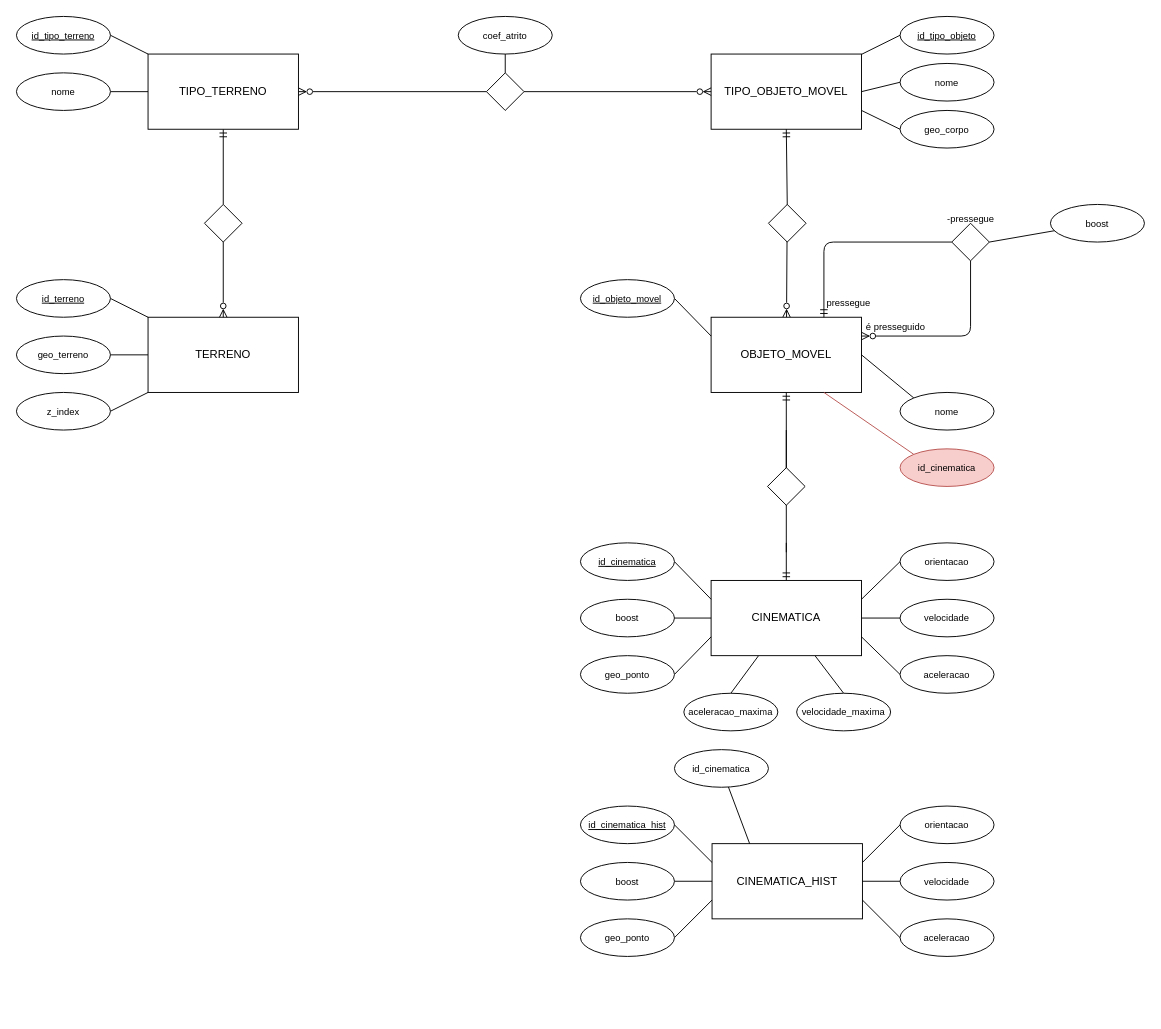
Earlier version of the draw.io diagram trabalhoPratico/doc/modelo.drawio (AnaSofOliveira/SIGM2425). Source tidied: cells renumbered, new cells numbered last; positions are measured from the earlier drawing's top-left corner, leaving out a move shared by most shapes. Both pictures are drawn from the tidied source at 94%, with x=0, y=0 at pixel (16, 16).
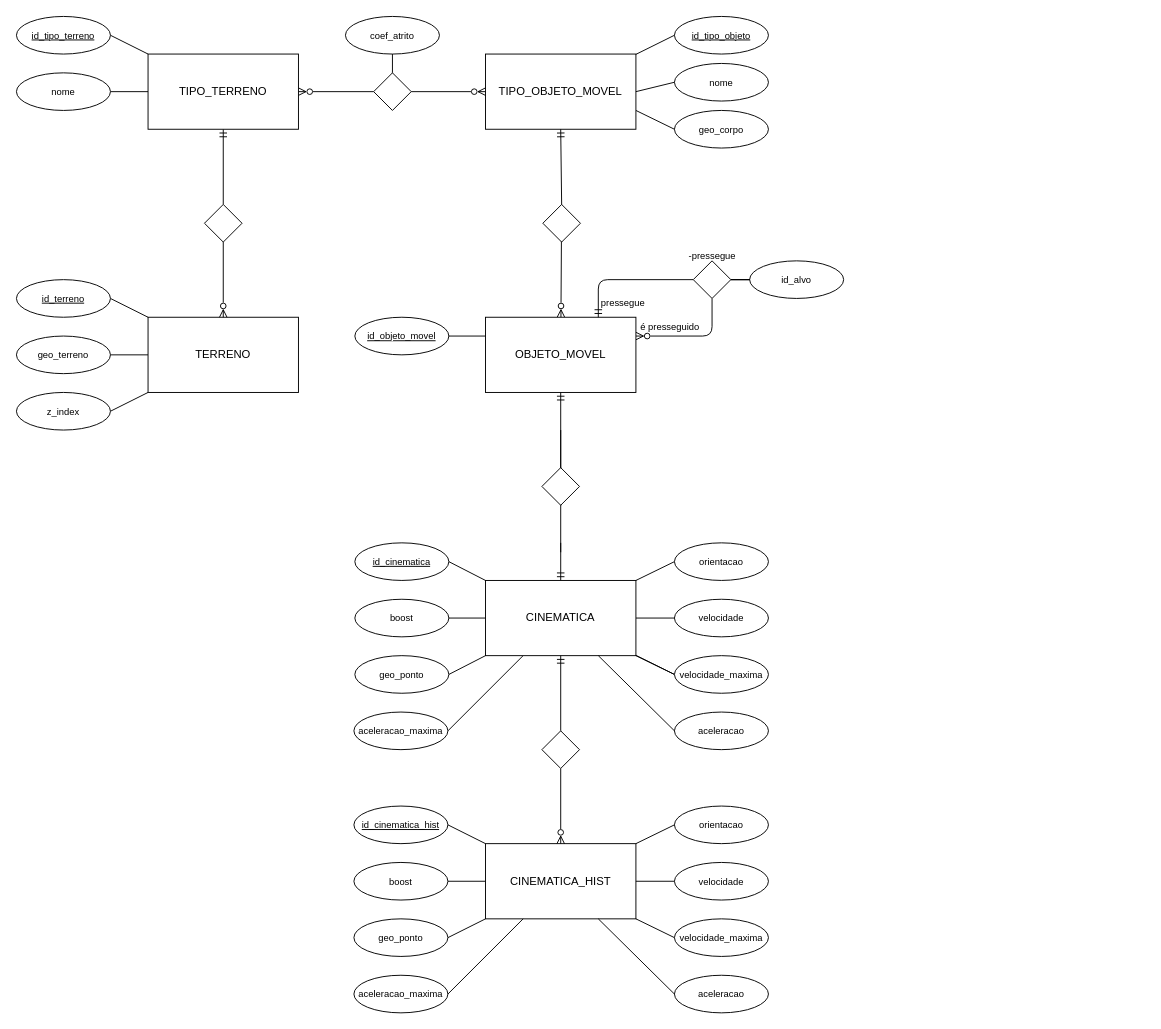
Above is the later version.

Diff of the diagram source:
```diff
@@
     <mxCell id="20" value="OBJETO_MOVEL" style="rounded=0;whiteSpace=wrap;html=1;" parent="1" vertex="1">
-      <mxGeometry x="739" y="320" width="160" height="80" as="geometry" />
+      <mxGeometry x="499" y="320" width="160" height="80" as="geometry" />
     </mxCell>
     <mxCell id="21" style="edgeStyle=none;html=1;entryX=0.5;entryY=0;entryDx=0;entryDy=0;startArrow=ERmandOne;startFill=0;endArrow=none;endFill=0;" parent="1" edge="1" source="25">
       <mxGeometry relative="1" as="geometry">
-        <mxPoint x="819" y="440" as="targetPoint" />
+        <mxPoint x="579" y="440" as="targetPoint" />
       </mxGeometry>
     </mxCell>
@@
-    <mxCell id="23" style="edgeStyle=none;html=1;entryX=0.5;entryY=0;entryDx=0;entryDy=0;endArrow=none;endFill=0;" parent="1" edge="1" source="25" target="82">
+    <mxCell id="23" style="edgeStyle=none;html=1;entryX=0;entryY=0.5;entryDx=0;entryDy=0;endArrow=none;endFill=0;" parent="1" edge="1" source="25" target="82">
       <mxGeometry relative="1" as="geometry" />
     </mxCell>
-    <mxCell id="24" style="edgeStyle=none;html=1;entryX=0.5;entryY=0;entryDx=0;entryDy=0;endArrow=none;endFill=0;" parent="1" edge="1" source="25" target="83">
+    <mxCell id="24" style="edgeStyle=none;html=1;entryX=1;entryY=0.5;entryDx=0;entryDy=0;endArrow=none;endFill=0;" parent="1" edge="1" source="25" target="83">
       <mxGeometry relative="1" as="geometry" />
     </mxCell>
     <mxCell id="25" value="CINEMATICA" style="rounded=0;whiteSpace=wrap;html=1;" parent="1" vertex="1">
-      <mxGeometry x="739" y="600" width="160" height="80" as="geometry" />
+      <mxGeometry x="499" y="600" width="160" height="80" as="geometry" />
     </mxCell>
@@
     <mxCell id="27" value="CINEMATICA_HIST" style="rounded=0;whiteSpace=wrap;html=1;" parent="1" vertex="1">
-      <mxGeometry x="740" y="880" width="160" height="80" as="geometry" />
+      <mxGeometry x="499" y="880" width="160" height="80" as="geometry" />
     </mxCell>
-    <mxCell id="28" style="edgeStyle=none;html=1;entryX=0;entryY=0.25;entryDx=0;entryDy=0;startArrow=none;startFill=0;endArrow=none;endFill=0;exitX=1;exitY=0.5;exitDx=0;exitDy=0;" parent="1" edge="1" source="29" target="25">
+    <mxCell id="28" style="edgeStyle=none;html=1;entryX=0;entryY=0;entryDx=0;entryDy=0;startArrow=none;startFill=0;endArrow=none;endFill=0;exitX=1;exitY=0.5;exitDx=0;exitDy=0;" parent="1" edge="1" source="29" target="25">
       <mxGeometry relative="1" as="geometry" />
     </mxCell>
     <mxCell id="29" value="&lt;u style=&quot;font-size: 10px;&quot;&gt;id_cinematica&lt;/u&gt;" style="ellipse;whiteSpace=wrap;html=1;fontSize=10;" parent="1" vertex="1">
-      <mxGeometry x="600" y="560" width="100" height="40" as="geometry" />
+      <mxGeometry x="360" y="560" width="100" height="40" as="geometry" />
     </mxCell>
-    <mxCell id="30" style="edgeStyle=none;html=1;startArrow=none;startFill=0;endArrow=none;endFill=0;entryX=1;entryY=0.25;entryDx=0;entryDy=0;exitX=0;exitY=0.5;exitDx=0;exitDy=0;" parent="1" edge="1" source="31" target="25">
+    <mxCell id="30" style="edgeStyle=none;html=1;startArrow=none;startFill=0;endArrow=none;endFill=0;entryX=1;entryY=0;entryDx=0;entryDy=0;exitX=0;exitY=0.5;exitDx=0;exitDy=0;" parent="1" edge="1" source="31" target="25">
       <mxGeometry relative="1" as="geometry" />
     </mxCell>
     <mxCell id="31" value="orientacao" style="ellipse;whiteSpace=wrap;html=1;fontSize=10;" parent="1" vertex="1">
-      <mxGeometry x="940" y="560" width="100" height="40" as="geometry" />
+      <mxGeometry x="700" y="560" width="100" height="40" as="geometry" />
     </mxCell>
     <mxCell id="32" value="velocidade" style="ellipse;whiteSpace=wrap;html=1;fontSize=10;" parent="1" vertex="1">
-      <mxGeometry x="940" y="620" width="100" height="40" as="geometry" />
+      <mxGeometry x="700" y="620" width="100" height="40" as="geometry" />
     </mxCell>
-    <mxCell id="33" style="edgeStyle=none;html=1;entryX=1;entryY=0.75;entryDx=0;entryDy=0;startArrow=none;startFill=0;endArrow=none;endFill=0;exitX=0;exitY=0.5;exitDx=0;exitDy=0;" parent="1" edge="1" source="34" target="25">
+    <mxCell id="33" style="edgeStyle=none;html=1;entryX=1;entryY=1;entryDx=0;entryDy=0;startArrow=none;startFill=0;endArrow=none;endFill=0;exitX=0;exitY=0.5;exitDx=0;exitDy=0;" parent="1" edge="1" source="82" target="25">
       <mxGeometry relative="1" as="geometry" />
     </mxCell>
     <mxCell id="34" value="aceleracao" style="ellipse;whiteSpace=wrap;html=1;fontSize=10;" parent="1" vertex="1">
-      <mxGeometry x="940" y="680" width="100" height="40" as="geometry" />
+      <mxGeometry x="700" y="740" width="100" height="40" as="geometry" />
     </mxCell>
-    <mxCell id="35" style="edgeStyle=none;html=1;startArrow=none;startFill=0;endArrow=none;endFill=0;entryX=0;entryY=0.75;entryDx=0;entryDy=0;exitX=1;exitY=0.5;exitDx=0;exitDy=0;" parent="1" edge="1" source="36" target="25">
+    <mxCell id="35" style="edgeStyle=none;html=1;startArrow=none;startFill=0;endArrow=none;endFill=0;entryX=0;entryY=1;entryDx=0;entryDy=0;exitX=1;exitY=0.5;exitDx=0;exitDy=0;" parent="1" edge="1" source="36" target="25">
       <mxGeometry relative="1" as="geometry" />
     </mxCell>
     <mxCell id="36" value="geo_ponto" style="ellipse;whiteSpace=wrap;html=1;fontSize=10;" parent="1" vertex="1">
-      <mxGeometry x="600" y="680" width="100" height="40" as="geometry" />
+      <mxGeometry x="360" y="680" width="100" height="40" as="geometry" />
     </mxCell>
@@
     <mxCell id="38" value="&lt;u style=&quot;font-size: 10px;&quot;&gt;id_objeto_movel&lt;/u&gt;" style="ellipse;whiteSpace=wrap;html=1;fontSize=10;" parent="1" vertex="1">
-      <mxGeometry x="600" y="280" width="100" height="40" as="geometry" />
+      <mxGeometry x="360" y="320" width="100" height="40" as="geometry" />
     </mxCell>
-    <mxCell id="39" style="edgeStyle=none;html=1;entryX=1;entryY=0.5;entryDx=0;entryDy=0;startArrow=none;startFill=0;endArrow=none;endFill=0;exitX=0;exitY=0;exitDx=0;exitDy=0;" parent="1" edge="1" source="40" target="20">
-      <mxGeometry relative="1" as="geometry" />
-    </mxCell>
-    <mxCell id="40" value="nome" style="ellipse;whiteSpace=wrap;html=1;fontSize=10;" parent="1" vertex="1">
-      <mxGeometry x="940" y="400" width="100" height="40" as="geometry" />
-    </mxCell>
-    <mxCell id="41" style="edgeStyle=none;html=1;entryX=0.75;entryY=1;entryDx=0;entryDy=0;startArrow=none;startFill=0;endArrow=none;endFill=0;exitX=0;exitY=0;exitDx=0;exitDy=0;fillColor=#f8cecc;strokeColor=#b85450;" parent="1" edge="1" source="42" target="20">
-      <mxGeometry relative="1" as="geometry" />
-    </mxCell>
-    <mxCell id="42" value="id_cinematica" style="ellipse;whiteSpace=wrap;html=1;fontSize=10;fillColor=#f8cecc;strokeColor=#b85450;" parent="1" vertex="1">
-      <mxGeometry x="940" y="460" width="100" height="40" as="geometry" />
-    </mxCell>
@@
     <mxCell id="44" value="geo_corpo" style="ellipse;whiteSpace=wrap;html=1;fontSize=10;" parent="1" vertex="1">
-      <mxGeometry x="940" y="100" width="100" height="40" as="geometry" />
+      <mxGeometry x="700" y="100" width="100" height="40" as="geometry" />
     </mxCell>
     <mxCell id="45" value="TIPO_OBJETO_MOVEL" style="rounded=0;whiteSpace=wrap;html=1;" parent="1" vertex="1">
-      <mxGeometry x="739" y="40" width="160" height="80" as="geometry" />
+      <mxGeometry x="499" y="40" width="160" height="80" as="geometry" />
     </mxCell>
@@
     <mxCell id="47" style="rhombus;whiteSpace=wrap;html=1;" parent="1" vertex="1">
-      <mxGeometry x="800" y="200" width="40" height="40" as="geometry" />
+      <mxGeometry x="560" y="200" width="40" height="40" as="geometry" />
     </mxCell>
@@
     <mxCell id="49" value="&lt;u&gt;id_tipo_objeto&lt;/u&gt;" style="ellipse;whiteSpace=wrap;html=1;fontSize=10;" parent="1" vertex="1">
-      <mxGeometry x="940" width="100" height="40" as="geometry" />
+      <mxGeometry x="700" width="100" height="40" as="geometry" />
     </mxCell>
@@
     <mxCell id="51" value="nome" style="ellipse;whiteSpace=wrap;html=1;fontSize=10;" parent="1" vertex="1">
-      <mxGeometry x="940" y="50" width="100" height="40" as="geometry" />
+      <mxGeometry x="700" y="50" width="100" height="40" as="geometry" />
     </mxCell>
     <mxCell id="52" style="edgeStyle=none;html=1;entryX=0.5;entryY=1;entryDx=0;entryDy=0;startArrow=none;startFill=0;endArrow=none;endFill=0;exitX=0.5;exitY=1;exitDx=0;exitDy=0;" parent="1" edge="1">
       <mxGeometry relative="1" as="geometry">
-        <mxPoint x="819" y="570" as="sourcePoint" />
-        <mxPoint x="819" y="560" as="targetPoint" />
+        <mxPoint x="579" y="570" as="sourcePoint" />
+        <mxPoint x="579" y="560" as="targetPoint" />
       </mxGeometry>
     </mxCell>
     <mxCell id="53" style="rhombus;whiteSpace=wrap;html=1;" parent="1" vertex="1">
-      <mxGeometry x="799" y="480" width="40" height="40" as="geometry" />
+      <mxGeometry x="559" y="480" width="40" height="40" as="geometry" />
     </mxCell>
-    <mxCell id="54" style="edgeStyle=none;html=1;entryX=0;entryY=0.75;entryDx=0;entryDy=0;fontSize=10;startArrow=none;startFill=0;endArrow=none;endFill=0;exitX=1;exitY=0.5;exitDx=0;exitDy=0;" parent="1" edge="1" source="55" target="27">
+    <mxCell id="54" style="edgeStyle=none;html=1;entryX=0;entryY=1;entryDx=0;entryDy=0;fontSize=10;startArrow=none;startFill=0;endArrow=none;endFill=0;exitX=1;exitY=0.5;exitDx=0;exitDy=0;" parent="1" edge="1" source="55" target="27">
       <mxGeometry relative="1" as="geometry" />
     </mxCell>
     <mxCell id="55" value="geo_ponto" style="ellipse;whiteSpace=wrap;html=1;fontSize=10;" parent="1" vertex="1">
-      <mxGeometry x="600" y="960" width="100" height="40" as="geometry" />
+      <mxGeometry x="359" y="960" width="100" height="40" as="geometry" />
     </mxCell>
-    <mxCell id="56" style="edgeStyle=none;html=1;entryX=1;entryY=0.75;entryDx=0;entryDy=0;fontSize=10;startArrow=none;startFill=0;endArrow=none;endFill=0;exitX=0;exitY=0.5;exitDx=0;exitDy=0;" parent="1" edge="1" source="57" target="27">
+    <mxCell id="56" style="edgeStyle=none;html=1;entryX=1;entryY=1;entryDx=0;entryDy=0;fontSize=10;startArrow=none;startFill=0;endArrow=none;endFill=0;exitX=0;exitY=0.5;exitDx=0;exitDy=0;" parent="1" edge="1" source="57" target="27">
       <mxGeometry relative="1" as="geometry" />
     </mxCell>
-    <mxCell id="57" value="aceleracao" style="ellipse;whiteSpace=wrap;html=1;fontSize=10;" parent="1" vertex="1">
-      <mxGeometry x="940" y="960" width="100" height="40" as="geometry" />
+    <mxCell id="57" value="velocidade_maxima" style="ellipse;whiteSpace=wrap;html=1;fontSize=10;" parent="1" vertex="1">
+      <mxGeometry x="700" y="960" width="100" height="40" as="geometry" />
     </mxCell>
-    <mxCell id="58" style="edgeStyle=none;html=1;fontSize=10;startArrow=none;startFill=0;endArrow=none;endFill=0;" parent="1" edge="1" source="59" target="27">
+    <mxCell id="58" style="edgeStyle=none;html=1;fontSize=10;startArrow=none;startFill=0;endArrow=none;endFill=0;exitX=0;exitY=0.5;exitDx=0;exitDy=0;entryX=1;entryY=0.5;entryDx=0;entryDy=0;" parent="1" edge="1" source="59" target="27">
       <mxGeometry relative="1" as="geometry" />
     </mxCell>
     <mxCell id="59" value="velocidade" style="ellipse;whiteSpace=wrap;html=1;fontSize=10;" parent="1" vertex="1">
-      <mxGeometry x="940" y="900" width="100" height="40" as="geometry" />
+      <mxGeometry x="700" y="900" width="100" height="40" as="geometry" />
     </mxCell>
-    <mxCell id="60" style="edgeStyle=none;html=1;entryX=1;entryY=0.25;entryDx=0;entryDy=0;fontSize=10;startArrow=none;startFill=0;endArrow=none;endFill=0;exitX=0;exitY=0.5;exitDx=0;exitDy=0;" parent="1" edge="1" source="61" target="27">
+    <mxCell id="60" style="edgeStyle=none;html=1;entryX=1;entryY=0;entryDx=0;entryDy=0;fontSize=10;startArrow=none;startFill=0;endArrow=none;endFill=0;exitX=0;exitY=0.5;exitDx=0;exitDy=0;" parent="1" edge="1" source="61" target="27">
       <mxGeometry relative="1" as="geometry" />
     </mxCell>
     <mxCell id="61" value="orientacao" style="ellipse;whiteSpace=wrap;html=1;fontSize=10;" parent="1" vertex="1">
-      <mxGeometry x="940" y="840" width="100" height="40" as="geometry" />
+      <mxGeometry x="700" y="840" width="100" height="40" as="geometry" />
     </mxCell>
-    <mxCell id="62" style="edgeStyle=none;html=1;entryX=0;entryY=0.25;entryDx=0;entryDy=0;fontSize=10;startArrow=none;startFill=0;endArrow=none;endFill=0;exitX=1;exitY=0.5;exitDx=0;exitDy=0;" parent="1" edge="1" source="63" target="27">
+    <mxCell id="62" style="edgeStyle=none;html=1;entryX=0;entryY=0;entryDx=0;entryDy=0;fontSize=10;startArrow=none;startFill=0;endArrow=none;endFill=0;exitX=1;exitY=0.5;exitDx=0;exitDy=0;" parent="1" edge="1" source="63" target="27">
       <mxGeometry relative="1" as="geometry" />
     </mxCell>
     <mxCell id="63" value="&lt;u style=&quot;font-size: 10px;&quot;&gt;id_cinematica_hist&lt;/u&gt;" style="ellipse;whiteSpace=wrap;html=1;fontSize=10;" parent="1" vertex="1">
-      <mxGeometry x="600" y="840" width="100" height="40" as="geometry" />
+      <mxGeometry x="359" y="840" width="100" height="40" as="geometry" />
     </mxCell>
@@
     <mxCell id="65" value="pressegue" style="text;html=1;align=center;verticalAlign=middle;strokeColor=none;fillColor=none;fontSize=10;" parent="1" vertex="1">
-      <mxGeometry x="850" y="290" width="70" height="30" as="geometry" />
+      <mxGeometry x="610" y="290" width="70" height="30" as="geometry" />
     </mxCell>
     <mxCell id="66" value="é presseguido" style="text;html=1;align=center;verticalAlign=middle;strokeColor=none;fillColor=none;fontSize=10;" parent="1" vertex="1">
-      <mxGeometry x="890" y="315" width="90" height="30" as="geometry" />
+      <mxGeometry x="650" y="315" width="90" height="30" as="geometry" />
     </mxCell>
@@
     <mxCell id="68" value="boost" style="ellipse;whiteSpace=wrap;html=1;fontSize=10;" parent="1" vertex="1">
-      <mxGeometry x="600" y="620" width="100" height="40" as="geometry" />
+      <mxGeometry x="360" y="620" width="100" height="40" as="geometry" />
     </mxCell>
@@
     <mxCell id="70" style="rhombus;whiteSpace=wrap;html=1;" parent="1" vertex="1">
-      <mxGeometry x="500" y="60" width="40" height="40" as="geometry" />
+      <mxGeometry x="380" y="60" width="40" height="40" as="geometry" />
     </mxCell>
     <mxCell id="71" style="group;" parent="1" vertex="1">
-      <mxGeometry x="980" y="200" width="70" height="60" as="geometry" />
+      <mxGeometry x="710" y="240" width="70" height="60" as="geometry" />
     </mxCell>
     <mxCell id="72" style="rhombus;whiteSpace=wrap;html=1;" parent="71" vertex="1">
-      <mxGeometry x="15" y="20" width="40" height="40" as="geometry" />
+      <mxGeometry x="10" y="20" width="40" height="40" as="geometry" />
     </mxCell>
     <mxCell id="73" value="-pressegue" style="text;html=1;align=center;verticalAlign=middle;strokeColor=none;fillColor=none;fontSize=10;" parent="71" vertex="1">
-      <mxGeometry width="70" height="30" as="geometry" />
+      <mxGeometry x="-5" width="70" height="30" as="geometry" />
     </mxCell>
@@
     <mxCell id="75" value="coef_atrito" style="ellipse;whiteSpace=wrap;html=1;fontSize=10;" parent="1" vertex="1">
-      <mxGeometry x="470" width="100" height="40" as="geometry" />
+      <mxGeometry x="350" width="100" height="40" as="geometry" />
     </mxCell>
-    <mxCell id="76" style="edgeStyle=orthogonalEdgeStyle;rounded=0;jettySize=auto;html=1;entryX=0;entryY=0.5;entryDx=0;entryDy=0;endArrow=none;endFill=0;" parent="1" edge="1" source="77" target="27">
+    <mxCell id="76" style="rounded=0;jettySize=auto;html=1;entryX=0;entryY=0.5;entryDx=0;entryDy=0;endArrow=none;endFill=0;exitX=1;exitY=0.5;exitDx=0;exitDy=0;" parent="1" edge="1" source="77" target="27">
       <mxGeometry relative="1" as="geometry" />
     </mxCell>
     <mxCell id="77" value="boost" style="ellipse;whiteSpace=wrap;html=1;fontSize=10;" parent="1" vertex="1">
-      <mxGeometry x="600" y="900" width="100" height="40" as="geometry" />
+      <mxGeometry x="359" y="900" width="100" height="40" as="geometry" />
     </mxCell>
-    <mxCell id="78" value="&lt;span style=&quot;font-size: 10px;&quot;&gt;id_cinematica&lt;/span&gt;" style="ellipse;whiteSpace=wrap;html=1;fontSize=10;" parent="1" vertex="1">
-      <mxGeometry x="700" y="780" width="100" height="40" as="geometry" />
-    </mxCell>
-    <mxCell id="79" style="rounded=0;jettySize=auto;html=1;entryX=0.25;entryY=0;entryDx=0;entryDy=0;endArrow=none;endFill=0;" parent="1" edge="1" source="78" target="27">
-      <mxGeometry relative="1" as="geometry" />
-    </mxCell>
-    <mxCell id="80" value="boost" style="ellipse;whiteSpace=wrap;html=1;fontSize=10;" parent="1" vertex="1">
-      <mxGeometry x="1100" y="200" width="100" height="40" as="geometry" />
-    </mxCell>
-    <mxCell id="81" style="rounded=0;jettySize=auto;html=1;entryX=1;entryY=0.5;entryDx=0;entryDy=0;endArrow=none;endFill=0;" parent="1" edge="1" source="80" target="72">
-      <mxGeometry relative="1" as="geometry" />
-    </mxCell>
+    <mxCell id="83" value="aceleracao_maxima" style="ellipse;whiteSpace=wrap;html=1;fontSize=10;" parent="1" vertex="1">
+      <mxGeometry x="359" y="740" width="100" height="40" as="geometry" />
+    </mxCell>
+    <mxCell id="84" style="edgeStyle=orthogonalEdgeStyle;rounded=0;jettySize=auto;html=1;endArrow=ERmandOne;endFill=0;" parent="1" edge="1" source="86" target="25">
+      <mxGeometry relative="1" as="geometry" />
+    </mxCell>
+    <mxCell id="85" style="edgeStyle=orthogonalEdgeStyle;rounded=0;jettySize=auto;html=1;entryX=0.5;entryY=0;entryDx=0;entryDy=0;endArrow=ERzeroToMany;endFill=0;" parent="1" edge="1" source="86" target="27">
+      <mxGeometry relative="1" as="geometry" />
+    </mxCell>
+    <mxCell id="86" style="rhombus;whiteSpace=wrap;html=1;" parent="1" vertex="1">
+      <mxGeometry x="559" y="760" width="40" height="40" as="geometry" />
+    </mxCell>
+    <mxCell id="87" value="&lt;span style=&quot;font-size: 10px;&quot;&gt;id_alvo&lt;/span&gt;" style="ellipse;whiteSpace=wrap;html=1;fontSize=10;" parent="1" vertex="1">
+      <mxGeometry x="780" y="260" width="100" height="40" as="geometry" />
+    </mxCell>
+    <mxCell id="88" style="edgeStyle=orthogonalEdgeStyle;rounded=0;jettySize=auto;html=1;entryX=0;entryY=0.5;entryDx=0;entryDy=0;endArrow=none;endFill=0;" parent="1" edge="1" source="72" target="87">
+      <mxGeometry relative="1" as="geometry" />
+    </mxCell>
+    <mxCell id="89" style="edgeStyle=none;html=1;entryX=0.75;entryY=1;entryDx=0;entryDy=0;startArrow=none;startFill=0;endArrow=none;endFill=0;exitX=0;exitY=0.5;exitDx=0;exitDy=0;" parent="1" edge="1" source="34" target="25">
+      <mxGeometry relative="1" as="geometry" />
+    </mxCell>
     <mxCell id="82" value="velocidade_maxima" style="ellipse;whiteSpace=wrap;html=1;fontSize=10;" parent="1" vertex="1">
-      <mxGeometry x="830" y="720" width="100" height="40" as="geometry" />
+      <mxGeometry x="700" y="680" width="100" height="40" as="geometry" />
     </mxCell>
-    <mxCell id="83" value="aceleracao_maxima" style="ellipse;whiteSpace=wrap;html=1;fontSize=10;" parent="1" vertex="1">
-      <mxGeometry x="710" y="720" width="100" height="40" as="geometry" />
-    </mxCell>
+    <mxCell id="90" style="rounded=0;jettySize=auto;html=1;entryX=0.75;entryY=1;entryDx=0;entryDy=0;endArrow=none;endFill=0;exitX=0;exitY=0.5;exitDx=0;exitDy=0;" parent="1" edge="1" source="91" target="27">
+      <mxGeometry relative="1" as="geometry" />
+    </mxCell>
+    <mxCell id="91" value="aceleracao" style="ellipse;whiteSpace=wrap;html=1;fontSize=10;" parent="1" vertex="1">
+      <mxGeometry x="700" y="1020" width="100" height="40" as="geometry" />
+    </mxCell>
+    <mxCell id="92" style="rounded=0;jettySize=auto;html=1;entryX=0.25;entryY=1;entryDx=0;entryDy=0;endArrow=none;endFill=0;exitX=1;exitY=0.5;exitDx=0;exitDy=0;" parent="1" edge="1" source="93" target="27">
+      <mxGeometry relative="1" as="geometry" />
+    </mxCell>
+    <mxCell id="93" value="aceleracao_maxima" style="ellipse;whiteSpace=wrap;html=1;fontSize=10;" parent="1" vertex="1">
+      <mxGeometry x="359" y="1020" width="100" height="40" as="geometry" />
+    </mxCell>
```
